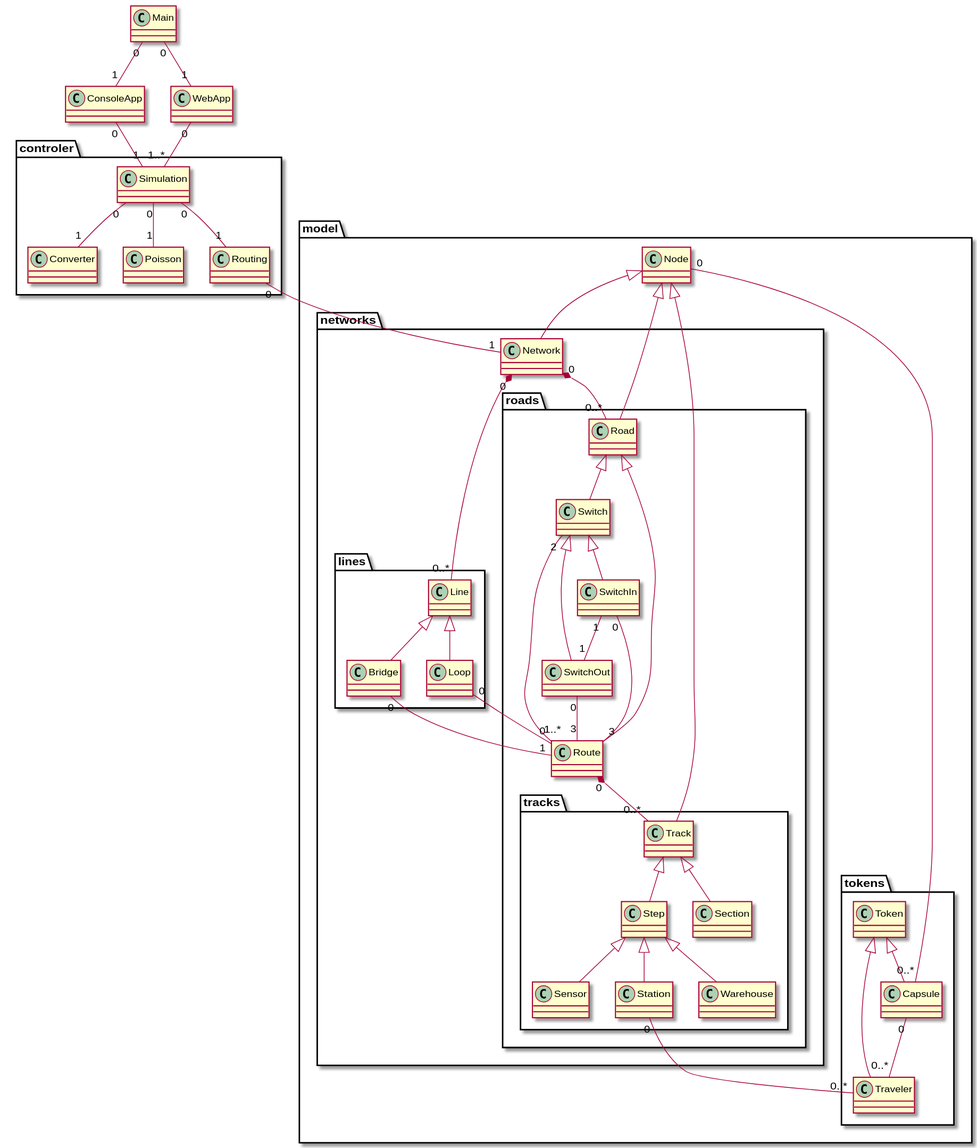
Above: docs/classes-0.3.svg in PolariTOON/urbanloop-global-simulator (PlantUML), before the change. Its source is kept beside it as docs/classes-0.3.plantuml.
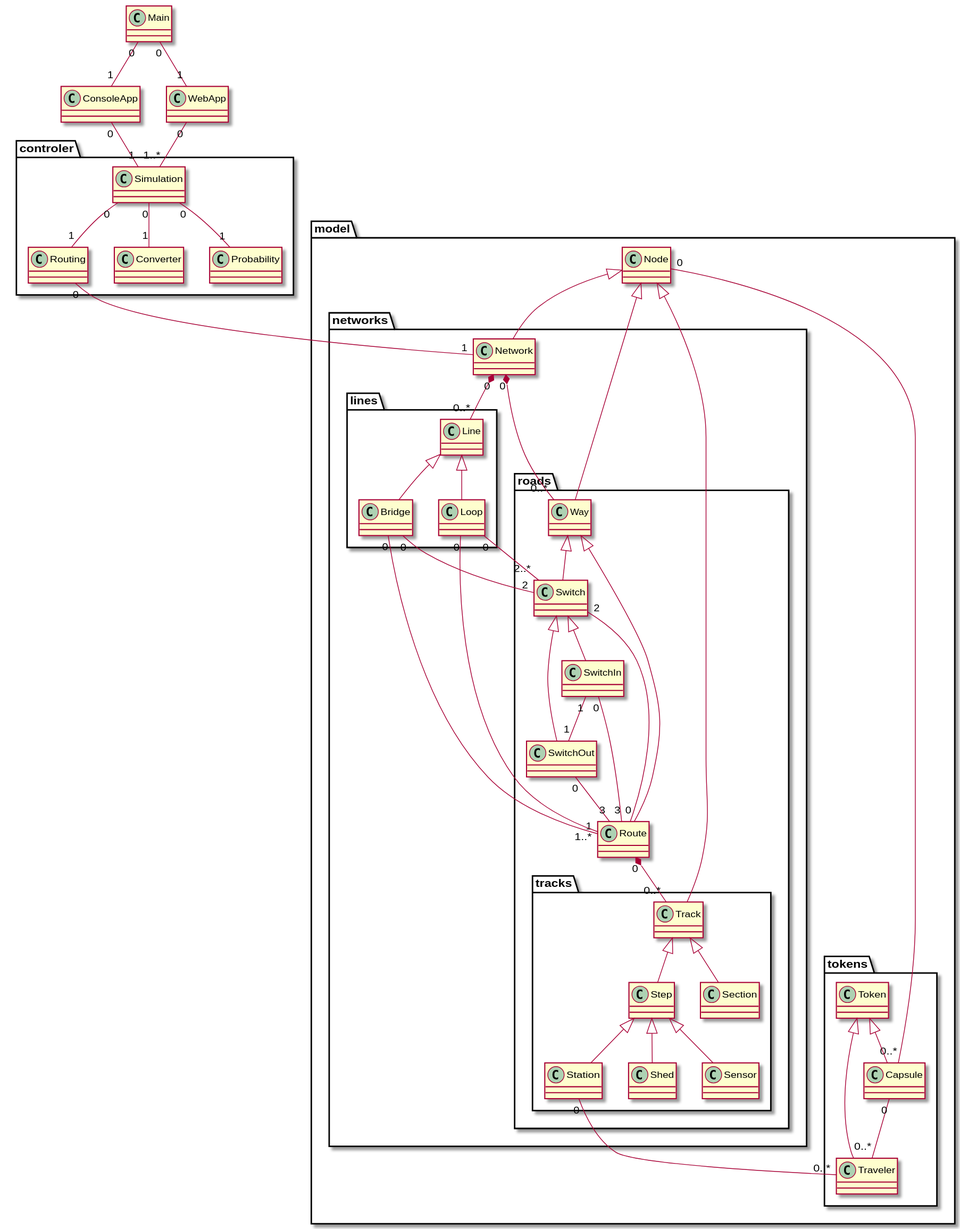
Above is the later version.

The edit, as a diff of the source:
```diff
@@ -6,7 +6,7 @@
 package controler {
 	class Simulation
 	class Converter
-	class Poisson
+	class Probability
 	class Routing
 }
 package model {
@@ -14,7 +14,7 @@
 	package networks {
 		class Network
 		package roads {
-			class Road
+			class Way
 			class Switch
 			class SwitchIn
 			class SwitchOut
@@ -24,7 +24,7 @@
 				class Step
 				class Sensor
 				class Station
-				class Warehouse
+				class Shed
 				class Section
 			}
 		}
@@ -46,17 +46,17 @@
 ConsoleApp "0"--"1" Simulation
 WebApp "0"--"1..*" Simulation
 Simulation "0"--"1" Converter
-Simulation "0"--"1" Poisson
+Simulation "0"--"1" Probability
 Simulation "0"--"1" Routing
 Routing "0"--"1" Network
 Node <|-- Network
-Node <|-- Road
+Node <|-- Way
 Node <|-- Track
 Node "0"--"0..*" Capsule
-Network "0"*--"0..*" Road
+Network "0"*--"0..*" Way
 Network "0"*--"0..*" Line
-Road <|-- Switch
-Road <|-- Route
+Way <|-- Switch
+Way <|-- Route
 Switch <|-- SwitchIn
 Switch <|-- SwitchOut
 SwitchIn "0"--"3" Route
@@ -68,11 +68,13 @@
 Track <|-- Section
 Step <|-- Sensor
 Step <|-- Station
-Step <|-- Warehouse
+Step <|-- Shed
 Station "0"--"0..*" Traveler
 Line <|-- Bridge
 Line <|-- Loop
 Bridge "0"--"1" Route
+Bridge "0"--"2" Switch
+Loop "0"--"2..*" Switch
 Loop "0"--"1..*" Route
 Token <|-- Capsule
 Token <|-- Traveler
```
